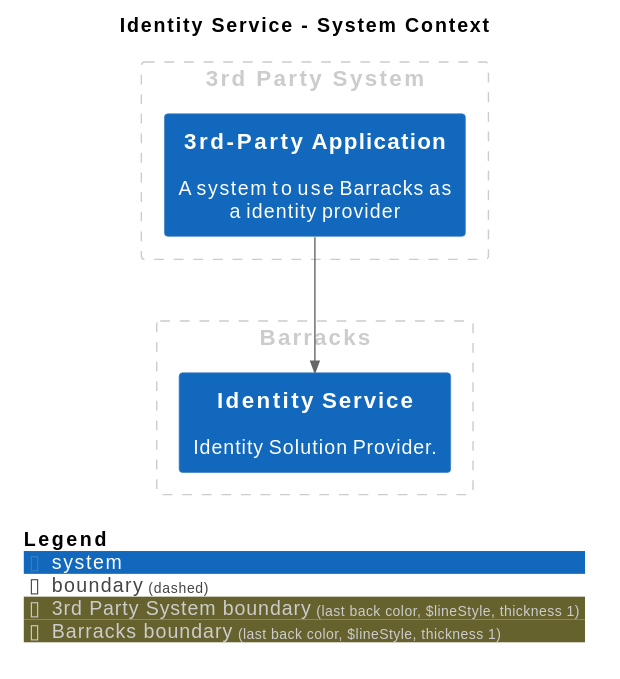
Before: master/svg/SystemContext.svg, a diagram exported from PlantUML (IntellectusCorp/passguard-docs). Its source is kept beside it as master/puml/SystemContext.puml.
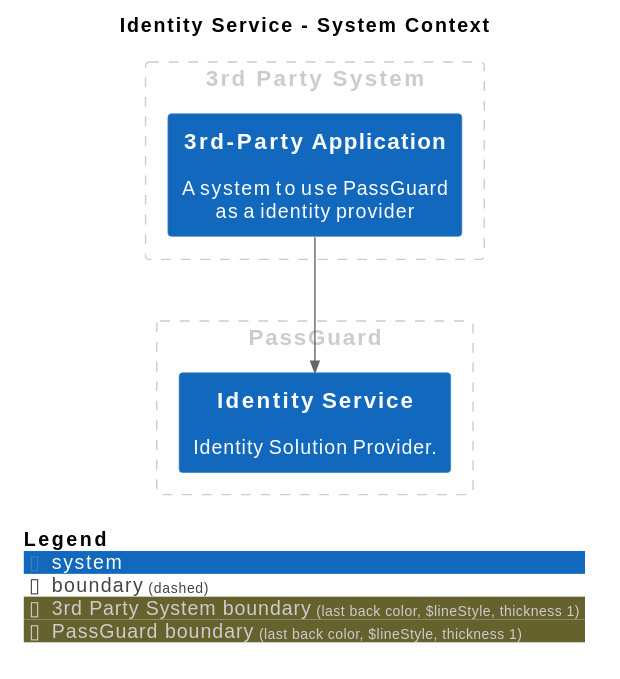
The same file after the commit.

The edit, as a diff of the source:
```diff
@@ -9,11 +9,11 @@
 
 AddBoundaryTag("3rd Party System", $borderColor="#cccccc", $fontColor="#cccccc", $borderStyle="Dashed", $borderThickness="1")
 Boundary(group_1, "3rd Party System", $tags="3rd Party System") {
-  System(3rdPartyApplication, "3rd-Party Application", $descr="A system to use Barracks as a identity provider", $tags="", $link="")
+  System(3rdPartyApplication, "3rd-Party Application", $descr="A system to use PassGuard as a identity provider", $tags="", $link="")
 }
 
-AddBoundaryTag("Barracks", $borderColor="#cccccc", $fontColor="#cccccc", $borderStyle="Dashed", $borderThickness="1")
-Boundary(group_2, "Barracks", $tags="Barracks") {
+AddBoundaryTag("PassGuard", $borderColor="#cccccc", $fontColor="#cccccc", $borderStyle="Dashed", $borderThickness="1")
+Boundary(group_2, "PassGuard", $tags="PassGuard") {
   System(IdentityService, "Identity Service", $descr="Identity Solution Provider.", $tags="", $link="")
 }
 
```
